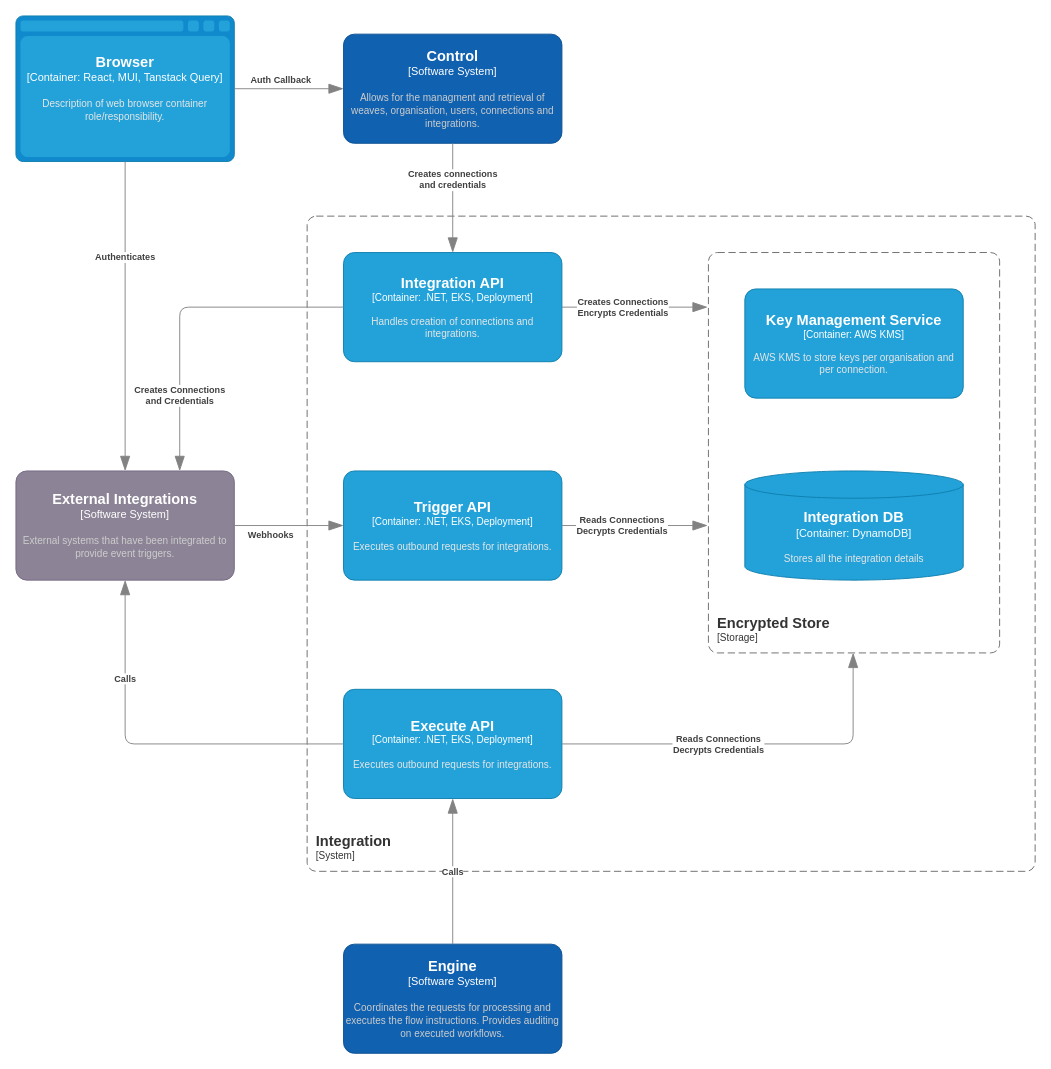
This is page "system-integration" (4 of 4) of documentation/weaveng.drawio from dansaltmer/weaveng.io, a draw.io file, before an edit. Source tidied: cells renumbered, new cells numbered last; positions are measured from the earlier drawing's top-left corner, leaving out a move shared by most shapes. Both pictures are drawn from the tidied source at 91%, with x=0, y=0 at pixel (15, 15).
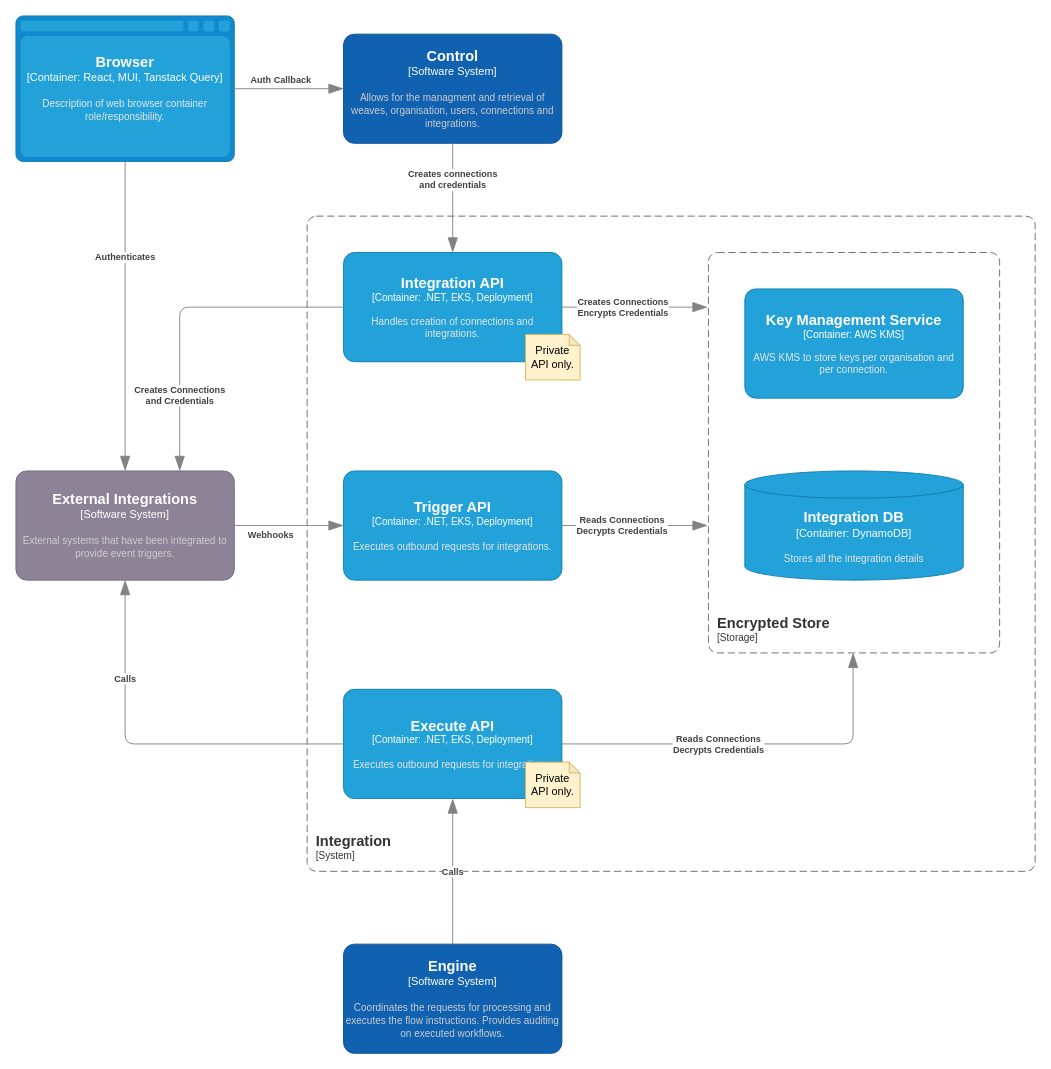
After the change.

The edit, as a diff of the source:
```diff
@@
+    <mxCell id="23" value="Private API only." style="shape=note;whiteSpace=wrap;html=1;backgroundOutline=1;darkOpacity=0.05;size=12;fillColor=#fff2cc;strokeColor=#d6b656;" parent="1" vertex="1">
+      <mxGeometry x="560" y="350" width="60" height="50" as="geometry" />
+    </mxCell>
+    <mxCell id="24" value="Private API only." style="shape=note;whiteSpace=wrap;html=1;backgroundOutline=1;darkOpacity=0.05;size=12;fillColor=#fff2cc;strokeColor=#d6b656;" parent="1" vertex="1">
+      <mxGeometry x="560" y="820" width="60" height="50" as="geometry" />
+    </mxCell>
```
